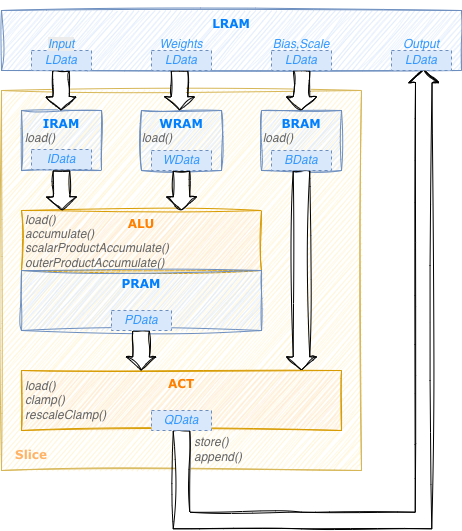
This is doc/images/EK-Slice.drawio.png from synaptics-torq/torq-compiler, a draw.io export, as it was before one commit. Source tidied: cells renumbered, new cells last; positions are measured from the earlier drawing's top-left corner, leaving out a move shared by most shapes.
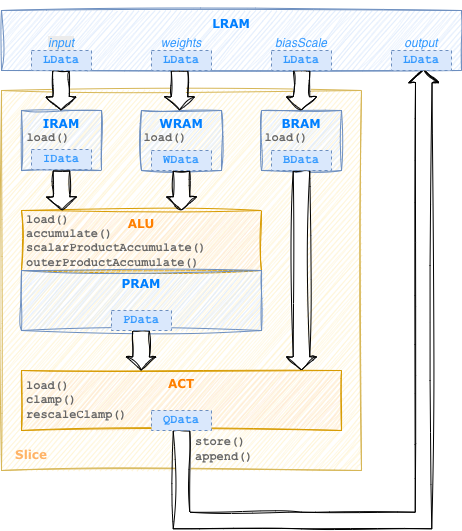
The same file after the commit.

The edit, as a diff of the source:
```diff
@@ -73,65 +73,65 @@
         </Array>
       </mxGeometry>
     </mxCell>
-    <mxCell id="18" value="load()" style="text;html=1;whiteSpace=wrap;strokeColor=none;fillColor=none;align=center;verticalAlign=middle;rounded=0;fontColor=#666666;fontStyle=2;" parent="1" vertex="1">
-      <mxGeometry x="127" y="123" width="60" height="30" as="geometry" />
+    <mxCell id="18" value="load()" style="text;html=1;whiteSpace=wrap;strokeColor=none;fillColor=none;align=center;verticalAlign=middle;rounded=0;fontColor=#666666;fontStyle=1;fontFamily=Courier New;" parent="1" vertex="1">
+      <mxGeometry x="135" y="123" width="60" height="30" as="geometry" />
     </mxCell>
-    <mxCell id="19" value="load()" style="text;html=1;whiteSpace=wrap;strokeColor=none;fillColor=none;align=center;verticalAlign=middle;rounded=0;fontColor=#666666;fontStyle=2;" parent="1" vertex="1">
-      <mxGeometry x="248" y="123" width="60" height="30" as="geometry" />
+    <mxCell id="19" value="load()" style="text;html=1;whiteSpace=wrap;strokeColor=none;fillColor=none;align=center;verticalAlign=middle;rounded=0;fontColor=#666666;fontStyle=1;fontFamily=Courier New;" parent="1" vertex="1">
+      <mxGeometry x="256" y="123" width="60" height="30" as="geometry" />
     </mxCell>
-    <mxCell id="20" value="load()&lt;div&gt;accumulate()&lt;/div&gt;&lt;div&gt;scalarProductAccumulate()&lt;/div&gt;&lt;div&gt;outerProductAccumulate()&lt;/div&gt;&lt;div&gt;&lt;br&gt;&lt;/div&gt;" style="text;html=1;whiteSpace=wrap;strokeColor=none;fillColor=none;align=left;verticalAlign=middle;rounded=0;fontColor=#666666;fontStyle=2;" parent="1" vertex="1">
-      <mxGeometry x="23" y="233" width="60" height="30" as="geometry" />
+    <mxCell id="20" value="load()&lt;div&gt;accumulate()&lt;/div&gt;&lt;div&gt;scalarProductAccumulate()&lt;/div&gt;&lt;div&gt;outerProductAccumulate()&lt;/div&gt;&lt;div&gt;&lt;br&gt;&lt;/div&gt;" style="text;html=1;whiteSpace=wrap;strokeColor=none;fillColor=none;align=left;verticalAlign=middle;rounded=0;fontColor=#666666;fontStyle=1;fontFamily=Courier New;" parent="1" vertex="1">
+      <mxGeometry x="24" y="233" width="60" height="30" as="geometry" />
     </mxCell>
-    <mxCell id="21" value="load()&lt;div&gt;clamp()&lt;/div&gt;&lt;div&gt;rescaleClamp()&lt;/div&gt;" style="text;html=1;whiteSpace=wrap;strokeColor=none;fillColor=none;align=left;verticalAlign=middle;rounded=0;fontColor=#666666;fontStyle=2;" parent="1" vertex="1">
-      <mxGeometry x="23" y="385" width="60" height="30" as="geometry" />
+    <mxCell id="21" value="load()&lt;div&gt;clamp()&lt;/div&gt;&lt;div&gt;rescaleClamp()&lt;/div&gt;" style="text;html=1;whiteSpace=wrap;strokeColor=none;fillColor=none;align=left;verticalAlign=middle;rounded=0;fontColor=#666666;fontStyle=1;fontFamily=Courier New;" parent="1" vertex="1">
+      <mxGeometry x="24" y="385" width="60" height="30" as="geometry" />
     </mxCell>
-    <mxCell id="22" value="store()&lt;div&gt;append()&lt;/div&gt;" style="text;html=1;whiteSpace=wrap;strokeColor=none;fillColor=none;align=left;verticalAlign=middle;rounded=0;fontColor=#666666;fontStyle=2;" parent="1" vertex="1">
-      <mxGeometry x="192" y="434" width="60" height="30" as="geometry" />
+    <mxCell id="22" value="store()&lt;div&gt;append()&lt;/div&gt;" style="text;html=1;whiteSpace=wrap;strokeColor=none;fillColor=none;align=left;verticalAlign=middle;rounded=0;fontColor=#666666;fontStyle=1;fontFamily=Courier New;" parent="1" vertex="1">
+      <mxGeometry x="193" y="434" width="60" height="30" as="geometry" />
     </mxCell>
     <mxCell id="23" value="&lt;span style=&quot;font-family: Verdana; font-weight: 700;&quot;&gt;Slice&lt;/span&gt;" style="text;html=1;whiteSpace=wrap;strokeColor=none;fillColor=none;align=center;verticalAlign=middle;rounded=0;fontColor=#FFB366;" parent="1" vertex="1">
       <mxGeometry x="1" y="440" width="60" height="30" as="geometry" />
     </mxCell>
-    <mxCell id="24" value="LData" style="rounded=0;whiteSpace=wrap;html=1;dashed=1;fillColor=#dae8fc;strokeColor=#6c8ebf;fontColor=#3399FF;fontStyle=2;" parent="1" vertex="1">
+    <mxCell id="24" value="LData" style="rounded=0;whiteSpace=wrap;html=1;dashed=1;fillColor=#dae8fc;strokeColor=#6c8ebf;fontColor=#3399FF;fontStyle=1;fontFamily=Courier New;" parent="1" vertex="1">
       <mxGeometry x="31" y="50" width="60" height="20" as="geometry" />
     </mxCell>
-    <mxCell id="25" value="LData" style="rounded=0;whiteSpace=wrap;html=1;dashed=1;fillColor=#dae8fc;strokeColor=#6c8ebf;fontColor=#3399FF;fontStyle=2;" parent="1" vertex="1">
+    <mxCell id="25" value="LData" style="rounded=0;whiteSpace=wrap;html=1;dashed=1;fillColor=#dae8fc;strokeColor=#6c8ebf;fontColor=#3399FF;fontStyle=1;fontFamily=Courier New;" parent="1" vertex="1">
       <mxGeometry x="151" y="50" width="60" height="20" as="geometry" />
     </mxCell>
-    <mxCell id="26" value="LData" style="rounded=0;whiteSpace=wrap;html=1;dashed=1;fillColor=#dae8fc;strokeColor=#6c8ebf;fontColor=#3399FF;fontStyle=2;" parent="1" vertex="1">
+    <mxCell id="26" value="LData" style="rounded=0;whiteSpace=wrap;html=1;dashed=1;fillColor=#dae8fc;strokeColor=#6c8ebf;fontColor=#3399FF;fontStyle=1;fontFamily=Courier New;" parent="1" vertex="1">
       <mxGeometry x="271" y="50" width="60" height="20" as="geometry" />
     </mxCell>
-    <mxCell id="27" value="LData" style="rounded=0;whiteSpace=wrap;html=1;dashed=1;fillColor=#dae8fc;strokeColor=#6c8ebf;fontColor=#3399FF;fontStyle=2;" parent="1" vertex="1">
+    <mxCell id="27" value="LData" style="rounded=0;whiteSpace=wrap;html=1;dashed=1;fillColor=#dae8fc;strokeColor=#6c8ebf;fontColor=#3399FF;fontStyle=1;fontFamily=Courier New;" parent="1" vertex="1">
       <mxGeometry x="391" y="50" width="60" height="20" as="geometry" />
     </mxCell>
-    <mxCell id="28" value="QData" style="rounded=0;whiteSpace=wrap;html=1;dashed=1;fillColor=#dae8fc;strokeColor=#6c8ebf;fontColor=#3399FF;fontStyle=2;" parent="1" vertex="1">
+    <mxCell id="28" value="QData" style="rounded=0;whiteSpace=wrap;html=1;dashed=1;fillColor=#dae8fc;strokeColor=#6c8ebf;fontColor=#3399FF;fontStyle=1;fontFamily=Courier New;" parent="1" vertex="1">
       <mxGeometry x="151" y="410" width="60" height="20" as="geometry" />
     </mxCell>
-    <mxCell id="29" value="PData" style="rounded=0;whiteSpace=wrap;html=1;dashed=1;fillColor=#dae8fc;strokeColor=#6c8ebf;fontColor=#3399FF;fontStyle=2;" parent="1" vertex="1">
+    <mxCell id="29" value="PData" style="rounded=0;whiteSpace=wrap;html=1;dashed=1;fillColor=#dae8fc;strokeColor=#6c8ebf;fontColor=#3399FF;fontStyle=1;fontFamily=Courier New;" parent="1" vertex="1">
       <mxGeometry x="111" y="310" width="60" height="20" as="geometry" />
     </mxCell>
-    <mxCell id="30" value="BData" style="rounded=0;whiteSpace=wrap;html=1;dashed=1;fillColor=#dae8fc;strokeColor=#6c8ebf;fontColor=#3399FF;fontStyle=2;" parent="1" vertex="1">
+    <mxCell id="30" value="BData" style="rounded=0;whiteSpace=wrap;html=1;dashed=1;fillColor=#dae8fc;strokeColor=#6c8ebf;fontColor=#3399FF;fontStyle=1;fontFamily=Courier New;" parent="1" vertex="1">
       <mxGeometry x="271" y="150" width="60" height="20" as="geometry" />
     </mxCell>
-    <mxCell id="31" value="WData" style="rounded=0;whiteSpace=wrap;html=1;dashed=1;fillColor=#dae8fc;strokeColor=#6c8ebf;fontColor=#3399FF;fontStyle=2;" parent="1" vertex="1">
+    <mxCell id="31" value="WData" style="rounded=0;whiteSpace=wrap;html=1;dashed=1;fillColor=#dae8fc;strokeColor=#6c8ebf;fontColor=#3399FF;fontStyle=1;fontFamily=Courier New;" parent="1" vertex="1">
       <mxGeometry x="151" y="150" width="60" height="20" as="geometry" />
     </mxCell>
-    <mxCell id="32" value="IData" style="rounded=0;whiteSpace=wrap;html=1;dashed=1;fillColor=#dae8fc;strokeColor=#6c8ebf;fontColor=#3399FF;fontStyle=2;" parent="1" vertex="1">
+    <mxCell id="32" value="IData" style="rounded=0;whiteSpace=wrap;html=1;dashed=1;fillColor=#dae8fc;strokeColor=#6c8ebf;fontColor=#3399FF;fontStyle=1;fontFamily=Courier New;" parent="1" vertex="1">
       <mxGeometry x="31" y="149" width="60" height="20" as="geometry" />
     </mxCell>
-    <mxCell id="33" value="load()" style="text;html=1;whiteSpace=wrap;strokeColor=none;fillColor=none;align=center;verticalAlign=middle;rounded=0;fontColor=#666666;fontStyle=2;" parent="1" vertex="1">
-      <mxGeometry x="10" y="123" width="60" height="30" as="geometry" />
+    <mxCell id="33" value="load()" style="text;html=1;whiteSpace=wrap;strokeColor=none;fillColor=none;align=center;verticalAlign=middle;rounded=0;fontColor=#666666;fontStyle=1;fontFamily=Courier New;" parent="1" vertex="1">
+      <mxGeometry x="18" y="123" width="60" height="30" as="geometry" />
     </mxCell>
-    <mxCell id="34" value="&lt;span style=&quot;color: rgb(51, 153, 255); font-family: Helvetica; font-size: 12px; font-style: italic; font-variant-ligatures: normal; font-variant-caps: normal; font-weight: 400; letter-spacing: normal; orphans: 2; text-indent: 0px; text-transform: none; widows: 2; word-spacing: 0px; -webkit-text-stroke-width: 0px; white-space: normal; background-color: rgb(236, 236, 236); text-decoration-thickness: initial; text-decoration-style: initial; text-decoration-color: initial; float: none; display: inline !important;&quot;&gt;Input&lt;/span&gt;" style="text;whiteSpace=wrap;html=1;align=center;" parent="1" vertex="1">
-      <mxGeometry x="41" y="30" width="40" height="20" as="geometry" />
+    <mxCell id="34" value="&lt;span style=&quot;color: rgb(51, 153, 255); font-family: Helvetica; font-size: 12px; font-style: italic; font-variant-ligatures: normal; font-variant-caps: normal; font-weight: 400; letter-spacing: normal; orphans: 2; text-indent: 0px; text-transform: none; widows: 2; word-spacing: 0px; -webkit-text-stroke-width: 0px; white-space: normal; background-color: rgb(236, 236, 236); text-decoration-thickness: initial; text-decoration-style: initial; text-decoration-color: initial; float: none; display: inline !important;&quot;&gt;input&lt;/span&gt;" style="text;whiteSpace=wrap;html=1;align=center;" parent="1" vertex="1">
+      <mxGeometry x="41" y="29" width="40" height="20" as="geometry" />
     </mxCell>
-    <mxCell id="35" value="&lt;span style=&quot;color: rgb(51, 153, 255); font-style: italic;&quot;&gt;Weights&lt;/span&gt;" style="text;whiteSpace=wrap;html=1;align=center;" parent="1" vertex="1">
-      <mxGeometry x="161" y="30" width="40" height="20" as="geometry" />
+    <mxCell id="35" value="&lt;span style=&quot;color: rgb(51, 153, 255); font-style: italic;&quot;&gt;weights&lt;/span&gt;" style="text;whiteSpace=wrap;html=1;align=center;" parent="1" vertex="1">
+      <mxGeometry x="161" y="29" width="40" height="20" as="geometry" />
     </mxCell>
-    <mxCell id="36" value="&lt;span style=&quot;color: rgb(51, 153, 255); font-style: italic;&quot;&gt;Bias,Scale&lt;/span&gt;" style="text;whiteSpace=wrap;html=1;align=center;" parent="1" vertex="1">
-      <mxGeometry x="281" y="30" width="40" height="20" as="geometry" />
+    <mxCell id="36" value="&lt;span style=&quot;color: rgb(51, 153, 255); font-style: italic;&quot;&gt;biasScale&lt;/span&gt;" style="text;whiteSpace=wrap;html=1;align=center;" parent="1" vertex="1">
+      <mxGeometry x="281" y="29" width="40" height="20" as="geometry" />
     </mxCell>
-    <mxCell id="37" value="&lt;span style=&quot;color: rgb(51, 153, 255); font-style: italic;&quot;&gt;Output&lt;/span&gt;" style="text;whiteSpace=wrap;html=1;align=center;" parent="1" vertex="1">
-      <mxGeometry x="401" y="30" width="40" height="20" as="geometry" />
+    <mxCell id="37" value="&lt;span style=&quot;color: rgb(51, 153, 255); font-style: italic;&quot;&gt;output&lt;/span&gt;" style="text;whiteSpace=wrap;html=1;align=center;" parent="1" vertex="1">
+      <mxGeometry x="401" y="29" width="40" height="20" as="geometry" />
     </mxCell>
     <mxCell id="38" style="shape=flexArrow;endArrow=classic;html=1;rounded=0;width=16.538461538461537;endSize=4.065384615384615;endWidth=12.485207100591717;fillColor=default;fontFamily=Verdana;sketch=1;curveFitting=1;jiggle=2;" parent="1" edge="1">
       <mxGeometry relative="1" as="geometry">
```
